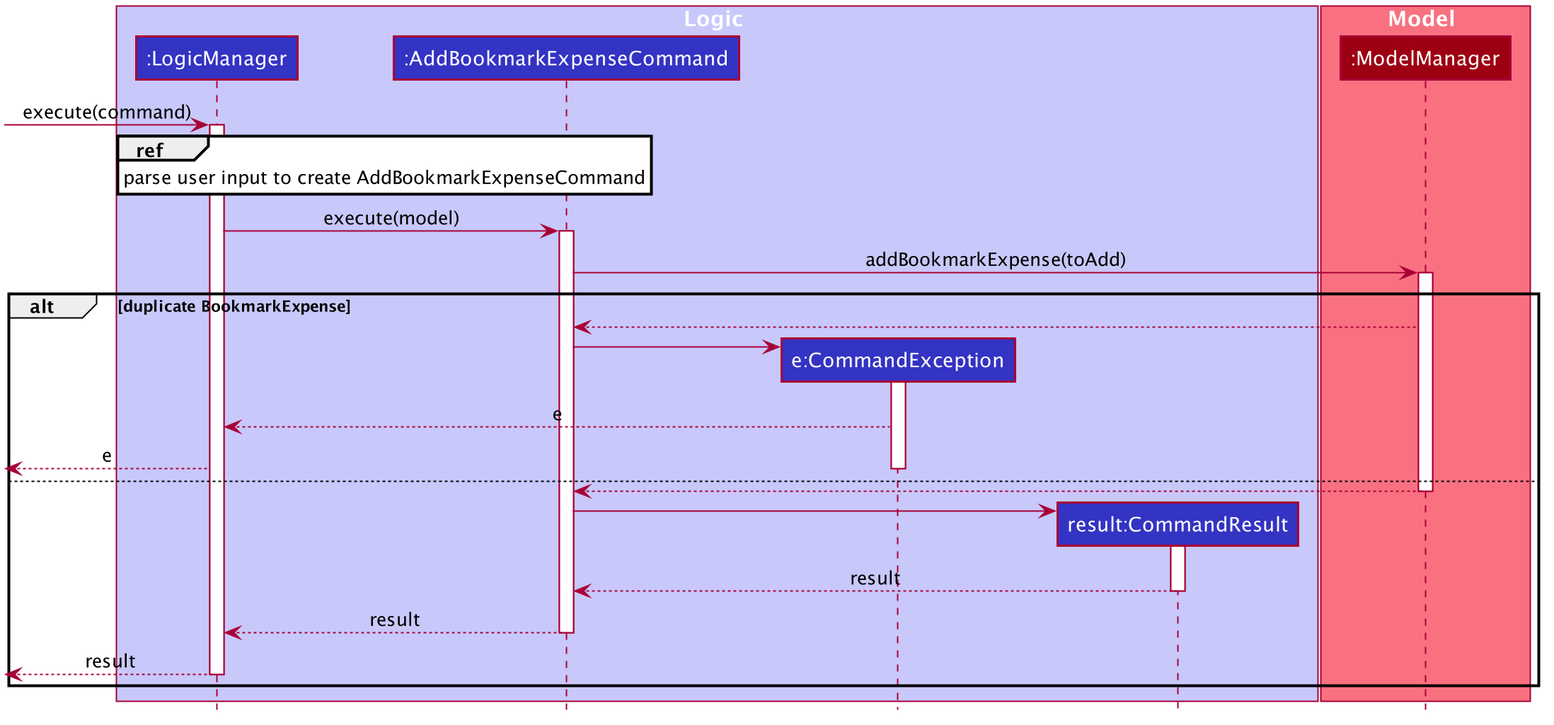
Earlier version of the PlantUML export docs/images/AddBookmarkExpenseSequenceDiagram.png (siddarth2824/tp). The source it was exported from:
```plantuml
@startuml








skinparam BackgroundColor #FFFFFFF

skinparam Shadowing false

skinparam Class {
    FontColor #FFFFFF
    BorderThickness 1
    BorderColor #FFFFFF
    StereotypeFontColor #FFFFFF
    FontName Arial
}

skinparam Actor {
    BorderColor #000000
    Color #000000
    FontName Arial
}

skinparam Sequence {
    MessageAlign center
    BoxFontSize 15
    BoxPadding 0
    BoxFontColor #FFFFFF
    FontName Arial
}

skinparam Participant {
    FontColor #FFFFFFF
    Padding 20
}

skinparam MinClassWidth 50
skinparam ParticipantPadding 10
skinparam Shadowing false
skinparam DefaultTextAlignment center
skinparam packageStyle Rectangle

hide footbox
hide members
hide circle

box Logic #C8C8FA
participant ":LogicManager" as LogicManager #3333C4
participant ":AddBookmarkExpenseCommand" as AddBookmarkExpenseCommand #3333C4
participant "e:CommandException" as CommandException #3333C4
participant "result:CommandResult" as CommandResult #3333C4
end box

box Model #F97181
participant ":ModelManager" as ModelManager #9D0012
end box

[->LogicManager: execute(command)
activate LogicManager

ref over LogicManager : parse user input to create AddBookmarkExpenseCommand

LogicManager -> AddBookmarkExpenseCommand: execute(model)
activate AddBookmarkExpenseCommand

AddBookmarkExpenseCommand -> ModelManager: addBookmarkExpense(toAdd)
activate ModelManager

alt #transparent duplicate BookmarkExpense

ModelManager --> AddBookmarkExpenseCommand

create CommandException
AddBookmarkExpenseCommand -> CommandException
activate CommandException

CommandException --> LogicManager: e

[<-- LogicManager: e
deactivate CommandException

else

ModelManager --> AddBookmarkExpenseCommand
deactivate ModelManager

create CommandResult
AddBookmarkExpenseCommand -> CommandResult
activate CommandResult

CommandResult -->  AddBookmarkExpenseCommand: result
deactivate CommandResult

AddBookmarkExpenseCommand --> LogicManager: result
deactivate AddBookmarkExpenseCommand

[<-- LogicManager: result
deactivate LogicManager
end

@enduml
```
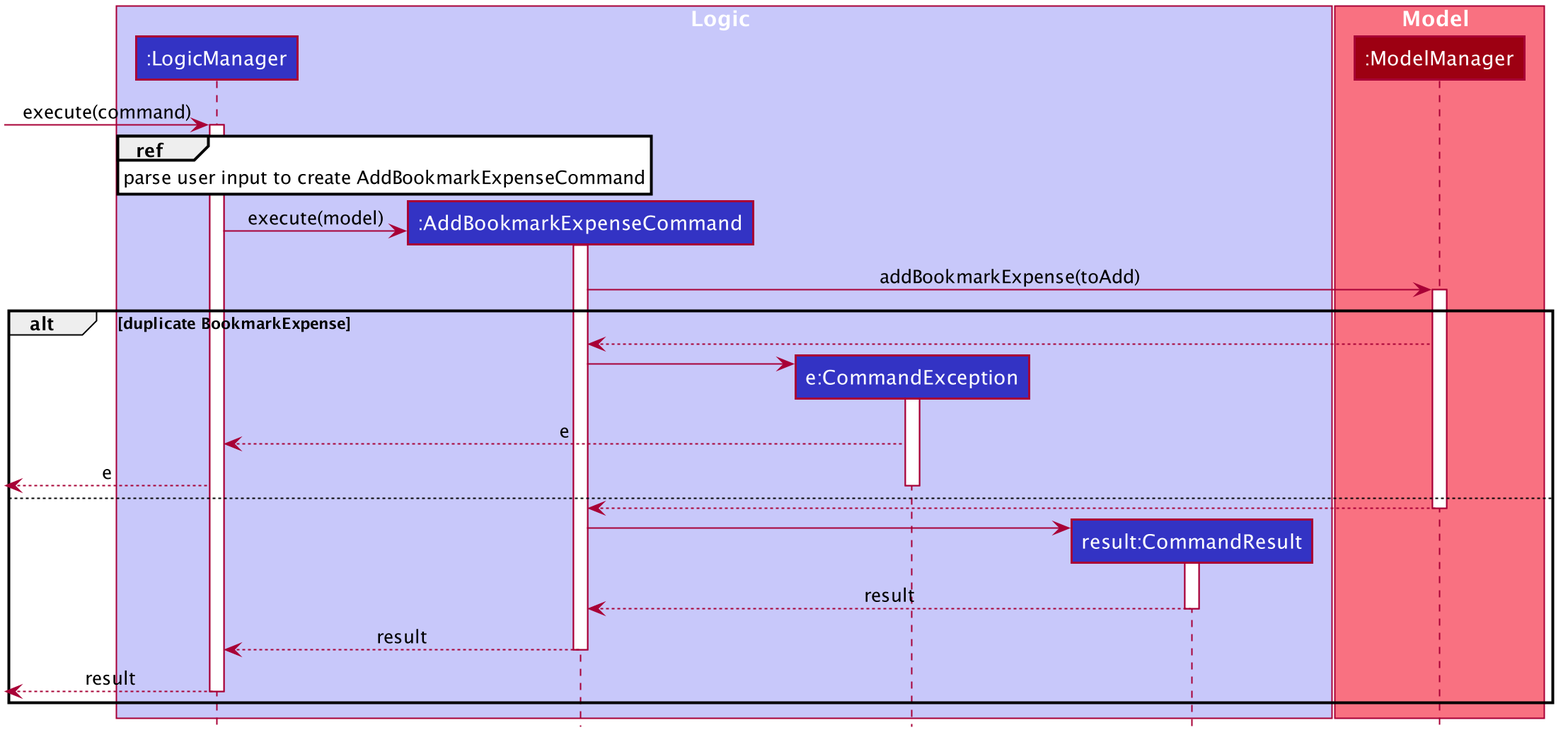
The same file after the commit.

Commit message:
Add use cases to developer guide

Diff of the diagram source:
```diff
@@ -64,6 +64,7 @@
 
 ref over LogicManager : parse user input to create AddBookmarkExpenseCommand
 
+create AddBookmarkExpenseCommand
 LogicManager -> AddBookmarkExpenseCommand: execute(model)
 activate AddBookmarkExpenseCommand
 
```
